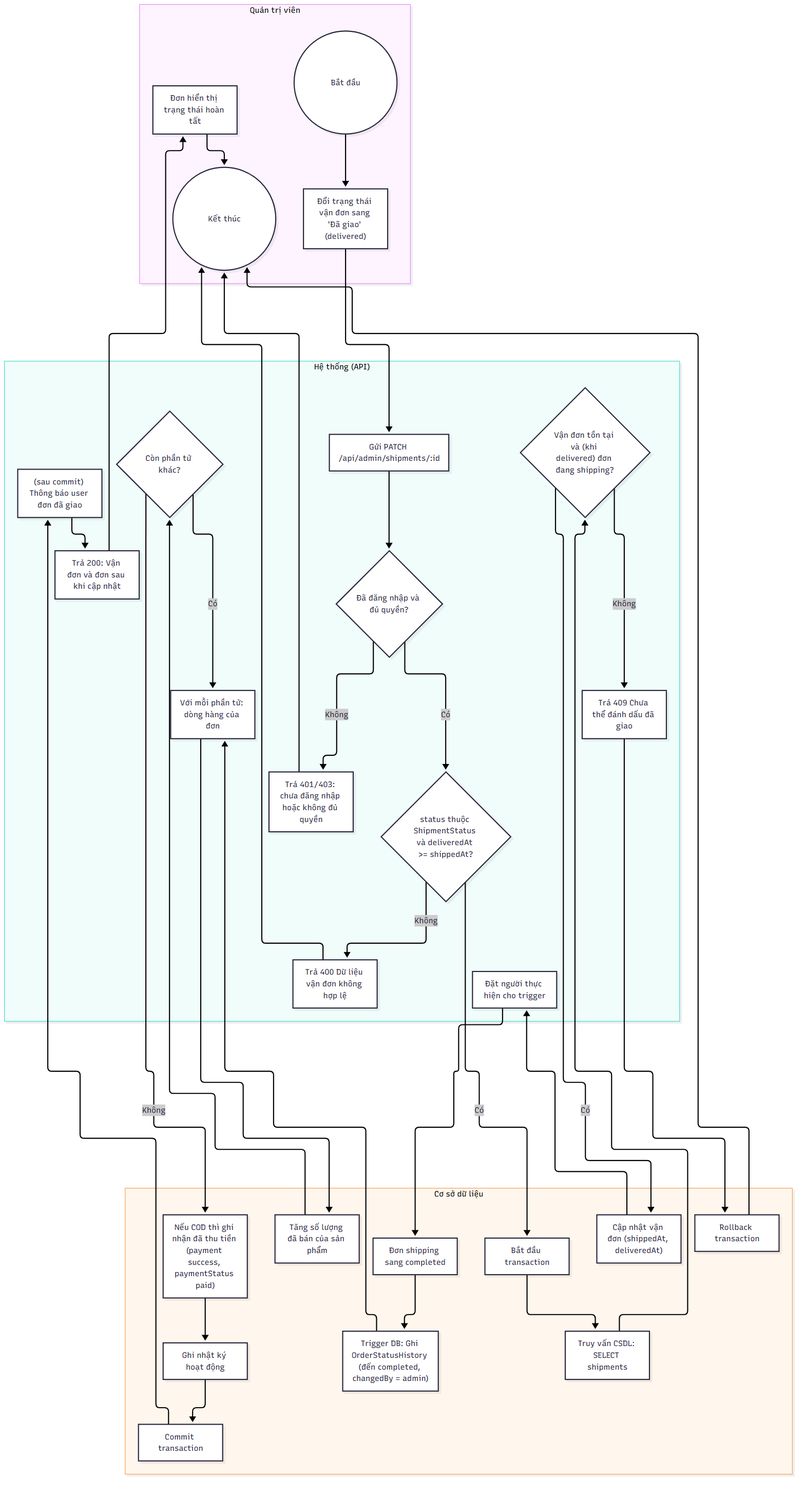
The Mermaid diagram docs/diagrams/png/activity_UC-ADM-25_quan-ly-van-chuyen.png in 2431540234-arch/XDUDTMDT, before a commit. Its source is kept beside it as docs/diagrams/src/activity_UC-ADM-25_quan-ly-van-chuyen.mmd. The source it was exported from:
```mermaid
flowchart TD
    subgraph LANE_A["Quản trị viên"]
        n1(("Bắt đầu"))
        n2["Đổi trạng thái vận đơn sang 'Đã giao' (delivered)"]
        n25["Đơn hiển thị trạng thái hoàn tất"]
        n26(("Kết thúc"))
    end
    subgraph LANE_S["Hệ thống (API)"]
        n3["Gửi PATCH /api/admin/shipments/:id"]
        n4{"Đã đăng nhập và đủ quyền?"}
        n5["Trả 401/403: chưa đăng nhập hoặc không đủ quyền"]
        n6{"status thuộc ShipmentStatus và deliveredAt >= shippedAt?"}
        n7["Trả 400 Dữ liệu vận đơn không hợp lệ"]
        n10{"Vận đơn tồn tại và (khi delivered) đơn đang shipping?"}
        n11["Trả 409 Chưa thể đánh dấu đã giao"]
        n14["Đặt người thực hiện cho trigger"]
        n17["Với mỗi phần tử: dòng hàng của đơn"]
        n19{"Còn phần tử khác?"}
        n23["(sau commit) Thông báo user đơn đã giao"]
        n24["Trả 200: Vận đơn và đơn sau khi cập nhật"]
    end
    subgraph LANE_D["Cơ sở dữ liệu"]
        n8["Bắt đầu transaction"]
        n9["Truy vấn CSDL: SELECT shipments"]
        n12["Rollback transaction"]
        n13["Cập nhật vận đơn (shippedAt, deliveredAt)"]
        n15["Đơn shipping sang completed"]
        n16["Trigger DB: Ghi OrderStatusHistory (đến completed, changedBy = admin)"]
        n18["Tăng số lượng đã bán của sản phẩm"]
        n20["Nếu COD thì ghi nhận đã thu tiền (payment success, paymentStatus paid)"]
        n21["Ghi nhật ký hoạt động"]
        n22["Commit transaction"]
    end
    n1 --> n2
    n2 --> n3
    n3 --> n4
    n4 -->|"Không"| n5
    n4 -->|"Có"| n6
    n6 -->|"Không"| n7
    n6 -->|"Có"| n8
    n8 --> n9
    n9 --> n10
    n10 -->|"Không"| n11
    n11 --> n12
    n10 -->|"Có"| n13
    n13 --> n14
    n14 --> n15
    n15 --> n16
    n16 --> n17
    n17 --> n18
    n18 --> n19
    n19 -->|"Có"| n17
    n19 -->|"Không"| n20
    n20 --> n21
    n21 --> n22
    n22 --> n23
    n23 --> n24
    n24 --> n25
    n25 --> n26
    n5 --> n26
    n7 --> n26
    n12 --> n26
```
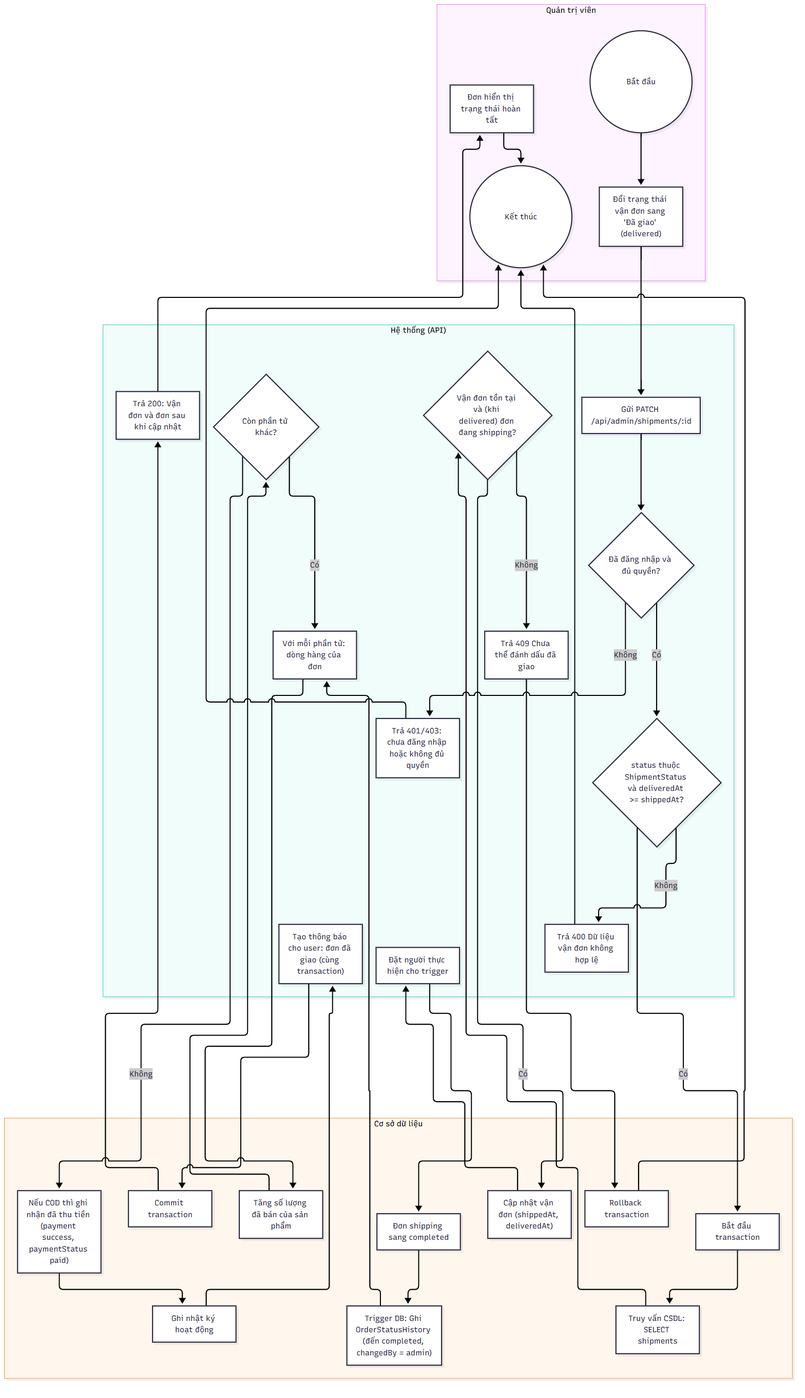
After the change.

The edit, as a diff of the source:
```diff
@@ -16,7 +16,7 @@
         n14["Đặt người thực hiện cho trigger"]
         n17["Với mỗi phần tử: dòng hàng của đơn"]
         n19{"Còn phần tử khác?"}
-        n23["(sau commit) Thông báo user đơn đã giao"]
+        n23["Tạo thông báo cho user: đơn đã giao (cùng transaction)"]
         n24["Trả 200: Vận đơn và đơn sau khi cập nhật"]
     end
     subgraph LANE_D["Cơ sở dữ liệu"]
@@ -52,9 +52,9 @@
     n19 -->|"Có"| n17
     n19 -->|"Không"| n20
     n20 --> n21
-    n21 --> n22
-    n22 --> n23
-    n23 --> n24
+    n21 --> n23
+    n23 --> n22
+    n22 --> n24
     n24 --> n25
     n25 --> n26
     n5 --> n26
```
